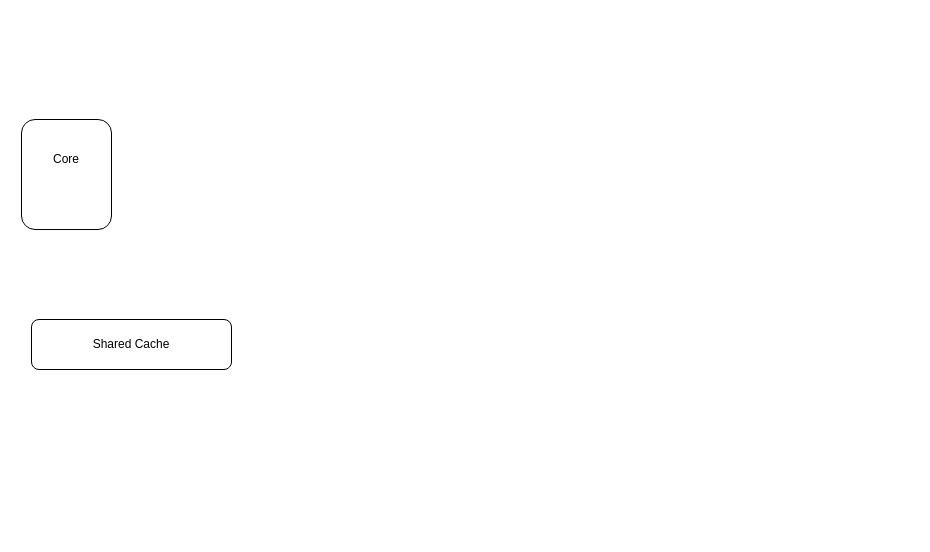
cnissnzg/picture keeps this draw.io diagram as 未命名绘图.drawio. Above is the earlier version. Source tidied: cells renumbered, new cells numbered last; positions are measured from the earlier drawing's top-left corner, leaving out a move shared by most shapes. Both pictures are drawn from the tidied source at 100%, with x=0, y=0 at pixel (21, 119).
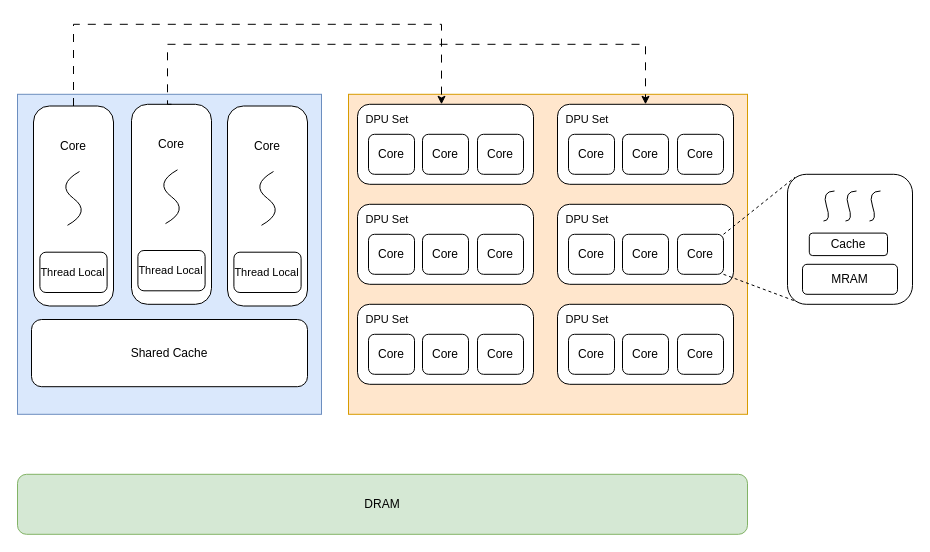
Above is the later version.

Commit message:
更新未命名绘图.drawio

Change to the diagram source:
```diff
@@
+    <mxCell id="4" style="rounded=0;whiteSpace=wrap;html=1;fillColor=#ffe6cc;strokeColor=#d79b00;" parent="1" vertex="1">
+      <mxGeometry x="327" y="-25.2" width="399" height="320" as="geometry" />
+    </mxCell>
+    <mxCell id="5" style="rounded=0;whiteSpace=wrap;html=1;fillColor=#dae8fc;strokeColor=#6c8ebf;" parent="1" vertex="1">
+      <mxGeometry x="-4" y="-25.2" width="304" height="320" as="geometry" />
+    </mxCell>
     <mxCell id="2" value="Shared Cache" style="rounded=1;whiteSpace=wrap;html=1;" parent="1" vertex="1">
-      <mxGeometry x="10" y="200" width="200" height="50" as="geometry" />
+      <mxGeometry x="10" y="200" width="276" height="67.2" as="geometry" />
     </mxCell>
+    <mxCell id="6" value="DRAM" style="rounded=1;whiteSpace=wrap;html=1;fillColor=#d5e8d4;strokeColor=#82b366;" parent="1" vertex="1">
+      <mxGeometry x="-4" y="354.8" width="730" height="60" as="geometry" />
+    </mxCell>
+    <mxCell id="7" style="group;" parent="1" vertex="1">
+      <mxGeometry x="12" y="-13.5" width="80" height="200" as="geometry" />
+    </mxCell>
-    <mxCell id="3" value="Core" style="rounded=1;whiteSpace=wrap;html=1;spacingTop=0;spacingBottom=30;" parent="1" vertex="1">
-      <mxGeometry width="90" height="110" as="geometry" />
+    <mxCell id="3" value="Core" style="rounded=1;whiteSpace=wrap;html=1;spacingTop=0;spacingBottom=120;arcSize=20;spacingLeft=0;" parent="7" vertex="1">
+      <mxGeometry width="80" height="200" as="geometry" />
     </mxCell>
+    <mxCell id="8" value="&lt;font style=&quot;font-size: 11px;&quot;&gt;Thread Local&lt;/font&gt;" style="rounded=1;whiteSpace=wrap;html=1;fontSize=6;" parent="7" vertex="1">
+      <mxGeometry x="6.4" y="146.2" width="67.2" height="40.3" as="geometry" />
+    </mxCell>
+    <mxCell id="9" style="curved=1;endArrow=none;html=1;rounded=0;endFill=0;" parent="7" edge="1">
+      <mxGeometry relative="1" as="geometry">
+        <mxPoint x="34" y="119.3" as="sourcePoint" />
+        <mxPoint x="46" y="65.5" as="targetPoint" />
+        <Array as="points">
+          <mxPoint x="58" y="105.9" />
+          <mxPoint x="22" y="79" />
+        </Array>
+      </mxGeometry>
+    </mxCell>
+    <mxCell id="10" style="group;" parent="1" vertex="1">
+      <mxGeometry x="110" y="-15.2" width="80" height="200" as="geometry" />
+    </mxCell>
+    <mxCell id="11" value="Core" style="rounded=1;whiteSpace=wrap;html=1;spacingTop=0;spacingBottom=120;arcSize=20;spacingLeft=0;" parent="10" vertex="1">
+      <mxGeometry width="80" height="200" as="geometry" />
+    </mxCell>
+    <mxCell id="12" value="&lt;font style=&quot;font-size: 11px;&quot;&gt;Thread Local&lt;/font&gt;" style="rounded=1;whiteSpace=wrap;html=1;fontSize=6;" parent="10" vertex="1">
+      <mxGeometry x="6.4" y="146.2" width="67.2" height="40.3" as="geometry" />
+    </mxCell>
+    <mxCell id="13" style="curved=1;endArrow=none;html=1;rounded=0;endFill=0;" parent="10" edge="1">
+      <mxGeometry relative="1" as="geometry">
+        <mxPoint x="34" y="119.3" as="sourcePoint" />
+        <mxPoint x="46" y="65.5" as="targetPoint" />
+        <Array as="points">
+          <mxPoint x="58" y="105.9" />
+          <mxPoint x="22" y="79" />
+        </Array>
+      </mxGeometry>
+    </mxCell>
+    <mxCell id="14" style="group;" parent="1" vertex="1">
+      <mxGeometry x="206" y="-13.5" width="80" height="200" as="geometry" />
+    </mxCell>
+    <mxCell id="15" value="Core" style="rounded=1;whiteSpace=wrap;html=1;spacingTop=0;spacingBottom=120;arcSize=20;spacingLeft=0;" parent="14" vertex="1">
+      <mxGeometry width="80" height="200" as="geometry" />
+    </mxCell>
+    <mxCell id="16" value="&lt;font style=&quot;font-size: 11px;&quot;&gt;Thread Local&lt;/font&gt;" style="rounded=1;whiteSpace=wrap;html=1;fontSize=6;" parent="14" vertex="1">
+      <mxGeometry x="6.4" y="146.2" width="67.2" height="40.3" as="geometry" />
+    </mxCell>
+    <mxCell id="17" style="curved=1;endArrow=none;html=1;rounded=0;endFill=0;" parent="14" edge="1">
+      <mxGeometry relative="1" as="geometry">
+        <mxPoint x="34" y="119.3" as="sourcePoint" />
+        <mxPoint x="46" y="65.5" as="targetPoint" />
+        <Array as="points">
+          <mxPoint x="58" y="105.9" />
+          <mxPoint x="22" y="79" />
+        </Array>
+      </mxGeometry>
+    </mxCell>
+    <mxCell id="18" style="group;" parent="1" vertex="1">
+      <mxGeometry x="336" y="-15.2" width="176" height="80" as="geometry" />
+    </mxCell>
+    <mxCell id="19" style="rounded=1;whiteSpace=wrap;html=1;" parent="18" vertex="1">
+      <mxGeometry width="176" height="80" as="geometry" />
+    </mxCell>
+    <mxCell id="20" value="&lt;font style=&quot;font-size: 11px;&quot;&gt;DPU Set&lt;/font&gt;" style="text;html=1;strokeColor=none;fillColor=none;align=center;verticalAlign=middle;whiteSpace=wrap;rounded=0;fontSize=8;" parent="18" vertex="1">
+      <mxGeometry width="60" height="30" as="geometry" />
+    </mxCell>
+    <mxCell id="21" value="Core" style="rounded=1;whiteSpace=wrap;html=1;" parent="18" vertex="1">
+      <mxGeometry x="11" y="30" width="46" height="40" as="geometry" />
+    </mxCell>
+    <mxCell id="22" value="Core" style="rounded=1;whiteSpace=wrap;html=1;" parent="18" vertex="1">
+      <mxGeometry x="65" y="30" width="46" height="40" as="geometry" />
+    </mxCell>
+    <mxCell id="23" value="Core" style="rounded=1;whiteSpace=wrap;html=1;" parent="18" vertex="1">
+      <mxGeometry x="120" y="30" width="46" height="40" as="geometry" />
+    </mxCell>
+    <mxCell id="24" style="group;" parent="1" vertex="1">
+      <mxGeometry x="536" y="-15.2" width="176" height="80" as="geometry" />
+    </mxCell>
+    <mxCell id="25" style="rounded=1;whiteSpace=wrap;html=1;" parent="24" vertex="1">
+      <mxGeometry width="176" height="80" as="geometry" />
+    </mxCell>
+    <mxCell id="26" value="&lt;font style=&quot;font-size: 11px;&quot;&gt;DPU Set&lt;/font&gt;" style="text;html=1;strokeColor=none;fillColor=none;align=center;verticalAlign=middle;whiteSpace=wrap;rounded=0;fontSize=8;" parent="24" vertex="1">
+      <mxGeometry width="60" height="30" as="geometry" />
+    </mxCell>
+    <mxCell id="27" value="Core" style="rounded=1;whiteSpace=wrap;html=1;" parent="24" vertex="1">
+      <mxGeometry x="11" y="30" width="46" height="40" as="geometry" />
+    </mxCell>
+    <mxCell id="28" value="Core" style="rounded=1;whiteSpace=wrap;html=1;" parent="24" vertex="1">
+      <mxGeometry x="65" y="30" width="46" height="40" as="geometry" />
+    </mxCell>
+    <mxCell id="29" value="Core" style="rounded=1;whiteSpace=wrap;html=1;" parent="24" vertex="1">
+      <mxGeometry x="120" y="30" width="46" height="40" as="geometry" />
+    </mxCell>
+    <mxCell id="30" style="group;" parent="1" vertex="1">
+      <mxGeometry x="336" y="84.8" width="176" height="80" as="geometry" />
+    </mxCell>
+    <mxCell id="31" style="rounded=1;whiteSpace=wrap;html=1;" parent="30" vertex="1">
+      <mxGeometry width="176" height="80" as="geometry" />
+    </mxCell>
+    <mxCell id="32" value="&lt;font style=&quot;font-size: 11px;&quot;&gt;DPU Set&lt;/font&gt;" style="text;html=1;strokeColor=none;fillColor=none;align=center;verticalAlign=middle;whiteSpace=wrap;rounded=0;fontSize=8;" parent="30" vertex="1">
+      <mxGeometry width="60" height="30" as="geometry" />
+    </mxCell>
+    <mxCell id="33" value="Core" style="rounded=1;whiteSpace=wrap;html=1;" parent="30" vertex="1">
+      <mxGeometry x="11" y="30" width="46" height="40" as="geometry" />
+    </mxCell>
+    <mxCell id="34" value="Core" style="rounded=1;whiteSpace=wrap;html=1;" parent="30" vertex="1">
+      <mxGeometry x="65" y="30" width="46" height="40" as="geometry" />
+    </mxCell>
+    <mxCell id="35" value="Core" style="rounded=1;whiteSpace=wrap;html=1;" parent="30" vertex="1">
+      <mxGeometry x="120" y="30" width="46" height="40" as="geometry" />
+    </mxCell>
+    <mxCell id="36" style="group;" parent="1" vertex="1">
+      <mxGeometry x="536" y="84.8" width="176" height="80" as="geometry" />
+    </mxCell>
+    <mxCell id="37" style="rounded=1;whiteSpace=wrap;html=1;" parent="36" vertex="1">
+      <mxGeometry width="176" height="80" as="geometry" />
+    </mxCell>
+    <mxCell id="38" value="&lt;font style=&quot;font-size: 11px;&quot;&gt;DPU Set&lt;/font&gt;" style="text;html=1;strokeColor=none;fillColor=none;align=center;verticalAlign=middle;whiteSpace=wrap;rounded=0;fontSize=8;" parent="36" vertex="1">
+      <mxGeometry width="60" height="30" as="geometry" />
+    </mxCell>
+    <mxCell id="39" value="Core" style="rounded=1;whiteSpace=wrap;html=1;" parent="36" vertex="1">
+      <mxGeometry x="11" y="30" width="46" height="40" as="geometry" />
+    </mxCell>
+    <mxCell id="40" value="Core" style="rounded=1;whiteSpace=wrap;html=1;" parent="36" vertex="1">
+      <mxGeometry x="65" y="30" width="46" height="40" as="geometry" />
+    </mxCell>
+    <mxCell id="41" value="Core" style="rounded=1;whiteSpace=wrap;html=1;" parent="36" vertex="1">
+      <mxGeometry x="120" y="30" width="46" height="40" as="geometry" />
+    </mxCell>
+    <mxCell id="42" style="group;" parent="1" vertex="1">
+      <mxGeometry x="336" y="184.8" width="176" height="80" as="geometry" />
+    </mxCell>
+    <mxCell id="43" style="rounded=1;whiteSpace=wrap;html=1;" parent="42" vertex="1">
+      <mxGeometry width="176" height="80" as="geometry" />
+    </mxCell>
+    <mxCell id="44" value="&lt;font style=&quot;font-size: 11px;&quot;&gt;DPU Set&lt;/font&gt;" style="text;html=1;strokeColor=none;fillColor=none;align=center;verticalAlign=middle;whiteSpace=wrap;rounded=0;fontSize=8;" parent="42" vertex="1">
+      <mxGeometry width="60" height="30" as="geometry" />
+    </mxCell>
+    <mxCell id="45" value="Core" style="rounded=1;whiteSpace=wrap;html=1;" parent="42" vertex="1">
+      <mxGeometry x="11" y="30" width="46" height="40" as="geometry" />
+    </mxCell>
+    <mxCell id="46" value="Core" style="rounded=1;whiteSpace=wrap;html=1;" parent="42" vertex="1">
+      <mxGeometry x="65" y="30" width="46" height="40" as="geometry" />
+    </mxCell>
+    <mxCell id="47" value="Core" style="rounded=1;whiteSpace=wrap;html=1;" parent="42" vertex="1">
+      <mxGeometry x="120" y="30" width="46" height="40" as="geometry" />
+    </mxCell>
+    <mxCell id="48" style="group;" parent="1" vertex="1">
+      <mxGeometry x="536" y="184.8" width="176" height="80" as="geometry" />
+    </mxCell>
+    <mxCell id="49" style="rounded=1;whiteSpace=wrap;html=1;" parent="48" vertex="1">
+      <mxGeometry width="176" height="80" as="geometry" />
+    </mxCell>
+    <mxCell id="50" value="&lt;font style=&quot;font-size: 11px;&quot;&gt;DPU Set&lt;/font&gt;" style="text;html=1;strokeColor=none;fillColor=none;align=center;verticalAlign=middle;whiteSpace=wrap;rounded=0;fontSize=8;" parent="48" vertex="1">
+      <mxGeometry width="60" height="30" as="geometry" />
+    </mxCell>
+    <mxCell id="51" value="Core" style="rounded=1;whiteSpace=wrap;html=1;" parent="48" vertex="1">
+      <mxGeometry x="11" y="30" width="46" height="40" as="geometry" />
+    </mxCell>
+    <mxCell id="52" value="Core" style="rounded=1;whiteSpace=wrap;html=1;" parent="48" vertex="1">
+      <mxGeometry x="65" y="30" width="46" height="40" as="geometry" />
+    </mxCell>
+    <mxCell id="53" value="Core" style="rounded=1;whiteSpace=wrap;html=1;" parent="48" vertex="1">
+      <mxGeometry x="120" y="30" width="46" height="40" as="geometry" />
+    </mxCell>
+    <mxCell id="54" style="edgeStyle=orthogonalEdgeStyle;rounded=0;jettySize=auto;html=1;entryX=0.5;entryY=1;entryDx=0;entryDy=0;exitX=0.5;exitY=0;exitDx=0;exitDy=0;dashed=1;dashPattern=8 8;" parent="1" edge="1" source="3">
+      <mxGeometry relative="1" as="geometry">
+        <mxPoint x="420" y="-15.2" as="targetPoint" />
+        <Array as="points">
+          <mxPoint x="52" y="-95.2" />
+          <mxPoint x="420" y="-95.2" />
+        </Array>
+      </mxGeometry>
+    </mxCell>
+    <mxCell id="55" style="edgeStyle=orthogonalEdgeStyle;rounded=0;jettySize=auto;html=1;entryX=0.5;entryY=0;entryDx=0;entryDy=0;exitX=0.5;exitY=0;exitDx=0;exitDy=0;dashed=1;dashPattern=8 8;" parent="1" edge="1" source="11" target="25">
+      <mxGeometry relative="1" as="geometry">
+        <Array as="points">
+          <mxPoint x="146" y="-15.2" />
+          <mxPoint x="146" y="-75.2" />
+          <mxPoint x="624" y="-75.2" />
+        </Array>
+      </mxGeometry>
+    </mxCell>
+    <mxCell id="56" style="group;" parent="1" vertex="1">
+      <mxGeometry x="766" y="54.8" width="125" height="130" as="geometry" />
+    </mxCell>
+    <mxCell id="57" style="rounded=1;whiteSpace=wrap;html=1;" parent="56" vertex="1">
+      <mxGeometry width="125" height="130" as="geometry" />
+    </mxCell>
+    <mxCell id="58" value="MRAM" style="rounded=1;whiteSpace=wrap;html=1;" parent="56" vertex="1">
+      <mxGeometry x="15" y="90" width="95" height="30" as="geometry" />
+    </mxCell>
+    <mxCell id="59" value="Cache" style="rounded=1;whiteSpace=wrap;html=1;" parent="56" vertex="1">
+      <mxGeometry x="21.8" y="58.8" width="78.2" height="22.5" as="geometry" />
+    </mxCell>
+    <mxCell id="60" style="curved=1;endArrow=none;html=1;rounded=0;endFill=0;" parent="56" edge="1">
+      <mxGeometry relative="1" as="geometry">
+        <mxPoint x="36" y="46.7" as="sourcePoint" />
+        <mxPoint x="47" y="16.7" as="targetPoint" />
+        <Array as="points">
+          <mxPoint x="44" y="46.7" />
+          <mxPoint x="34" y="16.7" />
+        </Array>
+      </mxGeometry>
+    </mxCell>
+    <mxCell id="61" style="curved=1;endArrow=none;html=1;rounded=0;endFill=0;" parent="56" edge="1">
+      <mxGeometry relative="1" as="geometry">
+        <mxPoint x="58" y="46.7" as="sourcePoint" />
+        <mxPoint x="69" y="16.7" as="targetPoint" />
+        <Array as="points">
+          <mxPoint x="66" y="46.7" />
+          <mxPoint x="56" y="16.7" />
+        </Array>
+      </mxGeometry>
+    </mxCell>
+    <mxCell id="62" style="curved=1;endArrow=none;html=1;rounded=0;endFill=0;spacingBottom=0;spacing=2;" parent="56" edge="1">
+      <mxGeometry relative="1" as="geometry">
+        <mxPoint x="82" y="46.7" as="sourcePoint" />
+        <mxPoint x="93" y="16.7" as="targetPoint" />
+        <Array as="points">
+          <mxPoint x="90" y="46.7" />
+          <mxPoint x="80" y="16.7" />
+        </Array>
+      </mxGeometry>
+    </mxCell>
+    <mxCell id="63" style="endArrow=none;dashed=1;html=1;rounded=0;exitX=1;exitY=0;exitDx=0;exitDy=0;entryX=0.059;entryY=0.023;entryDx=0;entryDy=0;entryPerimeter=0;" parent="1" edge="1" source="41" target="57">
+      <mxGeometry relative="1" as="geometry" />
+    </mxCell>
+    <mxCell id="64" style="endArrow=none;dashed=1;html=1;rounded=0;exitX=1;exitY=1;exitDx=0;exitDy=0;entryX=0.053;entryY=0.972;entryDx=0;entryDy=0;entryPerimeter=0;" parent="1" edge="1" source="41" target="57">
+      <mxGeometry relative="1" as="geometry" />
+    </mxCell>
```
